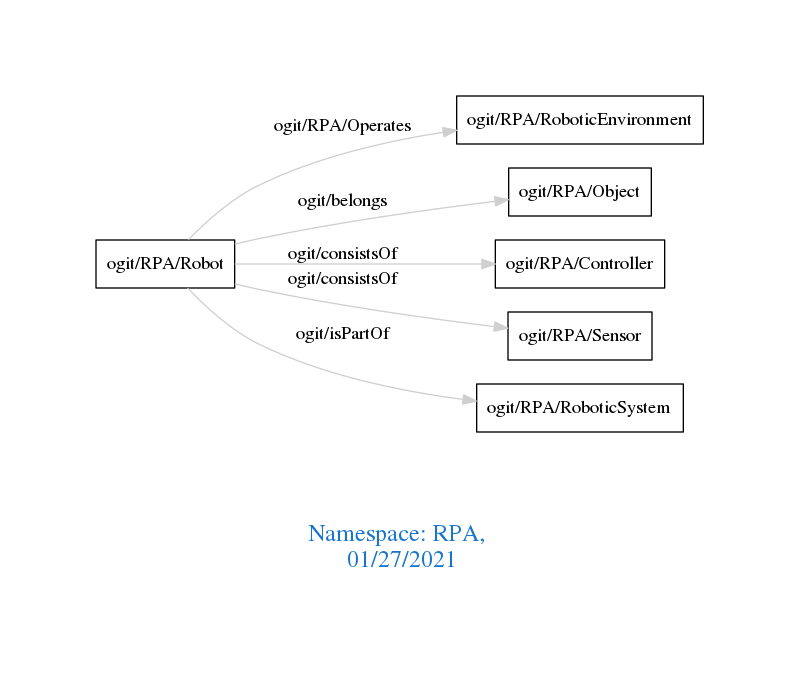
Before: downloads/RPA.png, a diagram exported from Graphviz (arago/OGIT). Its source is kept beside it as downloads/RPA.dot.
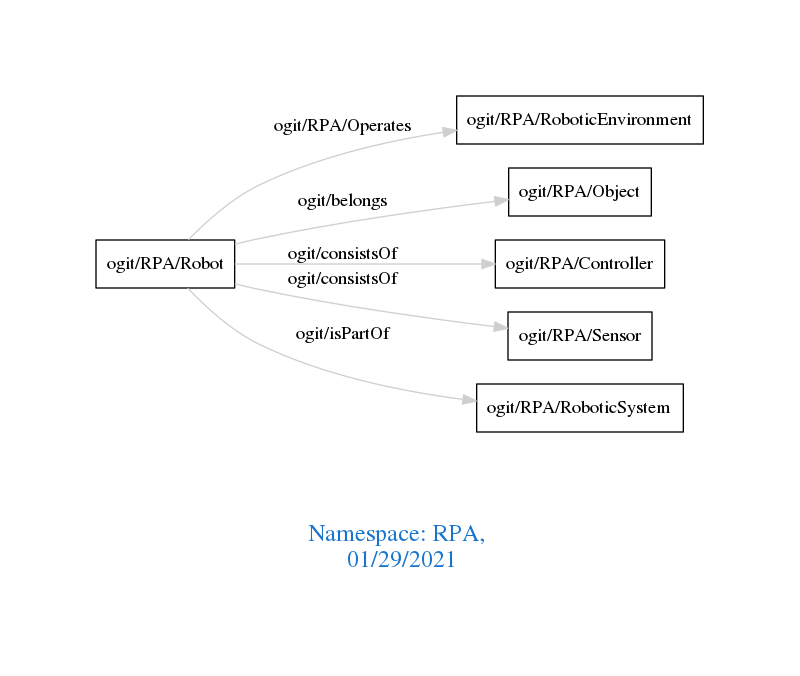
Above is the later version.

Change to the diagram source:
```diff
@@ -1,7 +1,7 @@
 digraph OGIT_ontology {
  graph [ rankdir= LR,pad=1
 fontsize = 18,
-fontcolor= dodgerblue3,label = "\n\n\nNamespace: RPA, \n 01/27/2021"];
+fontcolor= dodgerblue3,label = "\n\n\nNamespace: RPA, \n 01/29/2021"];
 node[shape=polygon];
 edge [  color="gray81"];
 
```
